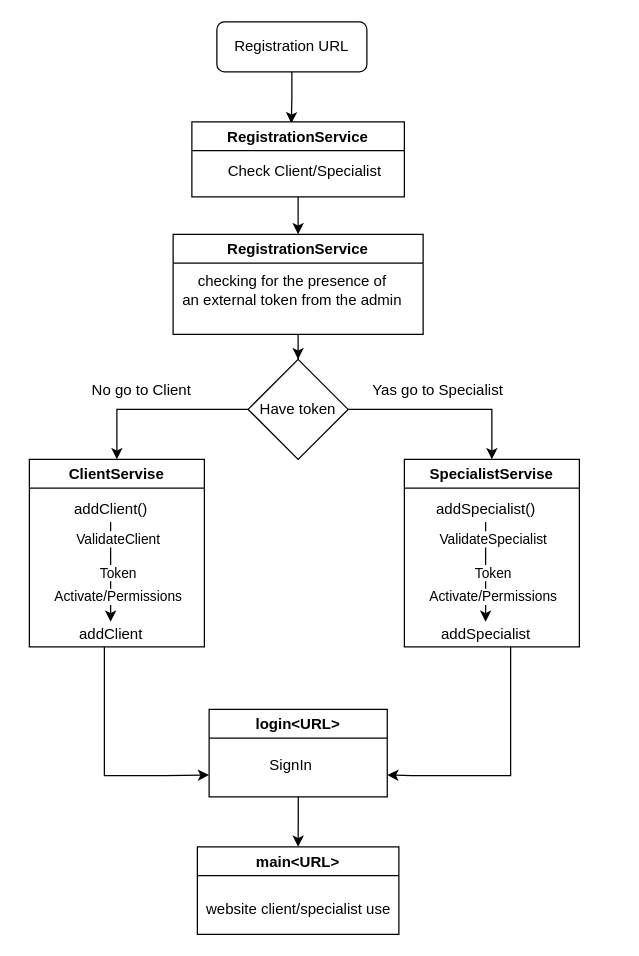
Earlier version of the draw.io diagram src/main/resources/static/images/readme/Registration.drawio (reuven9632/Nail_studio). Source tidied: cells renumbered, new cells numbered last; positions are measured from the earlier drawing's top-left corner, leaving out a move shared by most shapes. Both pictures are drawn from the tidied source at 125%, with x=0, y=0 at pixel (29, 21).
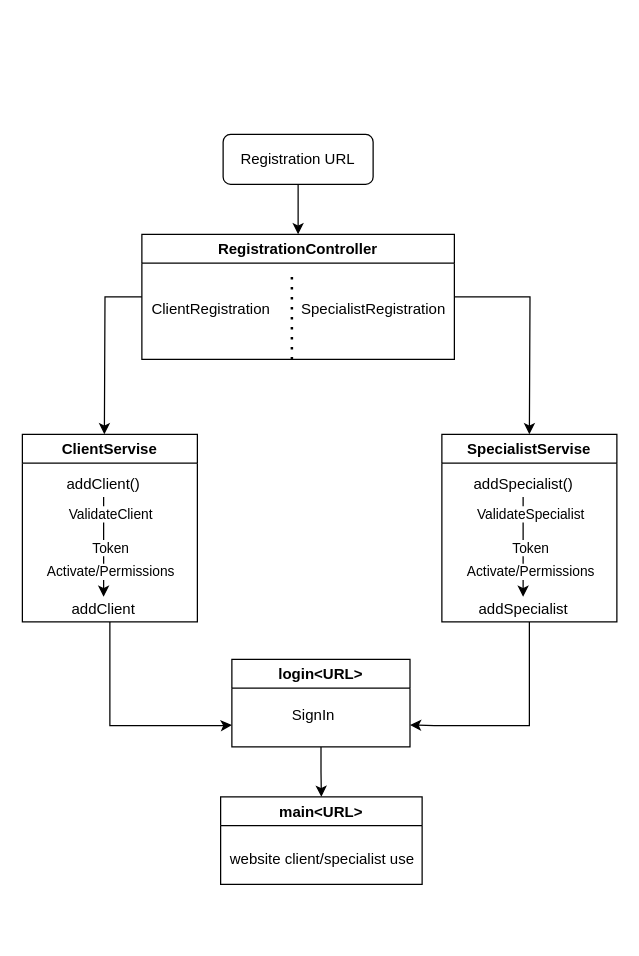
The same page after the edit.

The edit, as a diff of the source:
```diff
@@
-    <mxCell id="2" style="edgeStyle=orthogonalEdgeStyle;rounded=0;jettySize=auto;html=1;entryX=0.468;entryY=0.019;entryDx=0;entryDy=0;entryPerimeter=0;" parent="1" edge="1" source="3" target="5">
-      <mxGeometry relative="1" as="geometry" />
-    </mxCell>
+    <mxCell id="36" style="edgeStyle=orthogonalEdgeStyle;rounded=0;jettySize=auto;html=1;entryX=0.5;entryY=0;entryDx=0;entryDy=0;" parent="1" edge="1" source="3" target="39">
+      <mxGeometry relative="1" as="geometry" />
+    </mxCell>
     <mxCell id="3" value="Registration URL" style="rounded=1;whiteSpace=wrap;html=1;fontSize=12;glass=0;strokeWidth=1;shadow=0;" parent="1" vertex="1">
-      <mxGeometry x="150" width="120" height="40" as="geometry" />
+      <mxGeometry x="155" y="90" width="120" height="40" as="geometry" />
     </mxCell>
-    <mxCell id="4" style="edgeStyle=orthogonalEdgeStyle;rounded=0;jettySize=auto;html=1;exitX=0.5;exitY=1;exitDx=0;exitDy=0;entryX=0.5;entryY=0;entryDx=0;entryDy=0;" parent="1" edge="1" source="5" target="31">
-      <mxGeometry relative="1" as="geometry" />
-    </mxCell>
-    <mxCell id="5" value="RegistrationService" style="swimlane;startSize=23;" parent="1" vertex="1">
-      <mxGeometry x="130" y="80" width="170" height="60" as="geometry" />
-    </mxCell>
-    <mxCell id="6" value="Check Client/Specialist" style="text;html=1;align=center;verticalAlign=middle;strokeColor=none;fillColor=none;" parent="5" vertex="1">
-      <mxGeometry x="20" y="30" width="140" height="20" as="geometry" />
-    </mxCell>
-    <mxCell id="7" value="No go to Client" style="text;html=1;strokeColor=none;fillColor=none;align=center;verticalAlign=middle;whiteSpace=wrap;rounded=0;" parent="1" vertex="1">
-      <mxGeometry x="40" y="280" width="100" height="30" as="geometry" />
-    </mxCell>
-    <mxCell id="8" value="Yas go to Specialist" style="text;html=1;strokeColor=none;fillColor=none;align=center;verticalAlign=middle;whiteSpace=wrap;rounded=0;" parent="1" vertex="1">
-      <mxGeometry x="270" y="280" width="113.8" height="30" as="geometry" />
-    </mxCell>
-    <mxCell id="9" style="edgeStyle=orthogonalEdgeStyle;rounded=0;jettySize=auto;html=1;entryX=0;entryY=0.75;entryDx=0;entryDy=0;" parent="1" edge="1" source="10" target="18">
+    <mxCell id="9" style="edgeStyle=orthogonalEdgeStyle;rounded=0;jettySize=auto;html=1;entryX=0;entryY=0.75;entryDx=0;entryDy=0;fontFamily=Helvetica;fontSize=12;fontColor=default;" parent="1" edge="1" source="10" target="18">
       <mxGeometry relative="1" as="geometry">
         <Array as="points">
-          <mxPoint x="60" y="603" />
-          <mxPoint x="109" y="603" />
+          <mxPoint x="64" y="563" />
+          <mxPoint x="154" y="563" />
         </Array>
       </mxGeometry>
     </mxCell>
     <mxCell id="10" value="ClientServise" style="swimlane;" parent="1" vertex="1">
-      <mxGeometry y="350" width="140" height="150" as="geometry" />
+      <mxGeometry x="-5.6" y="330" width="140" height="150" as="geometry" />
     </mxCell>
@@
     <mxCell id="18" value="login&lt;URL&gt;" style="swimlane;" parent="1" vertex="1">
-      <mxGeometry x="143.8" y="550" width="142.5" height="70" as="geometry" />
+      <mxGeometry x="162" y="510" width="142.5" height="70" as="geometry" />
     </mxCell>
@@
     <mxCell id="20" value="main&lt;URL&gt;" style="swimlane;" parent="1" vertex="1">
-      <mxGeometry x="134.4" y="660" width="161.2" height="70" as="geometry" />
+      <mxGeometry x="153" y="620" width="161.2" height="70" as="geometry" />
     </mxCell>
@@
-    <mxCell id="22" style="edgeStyle=orthogonalEdgeStyle;rounded=0;jettySize=auto;html=1;entryX=1;entryY=0.75;entryDx=0;entryDy=0;" parent="1" edge="1" source="23" target="18">
+    <mxCell id="22" style="edgeStyle=orthogonalEdgeStyle;rounded=0;jettySize=auto;html=1;entryX=1;entryY=0.75;entryDx=0;entryDy=0;fontFamily=Helvetica;fontSize=12;fontColor=default;" parent="1" edge="1" source="23" target="18">
       <mxGeometry relative="1" as="geometry">
         <Array as="points">
-          <mxPoint x="385" y="603" />
-          <mxPoint x="306" y="603" />
+          <mxPoint x="400" y="563" />
+          <mxPoint x="324" y="563" />
         </Array>
       </mxGeometry>
     </mxCell>
     <mxCell id="23" value="SpecialistServise" style="swimlane;" parent="1" vertex="1">
-      <mxGeometry x="300" y="350" width="140" height="150" as="geometry" />
+      <mxGeometry x="330" y="330" width="140" height="150" as="geometry" />
     </mxCell>
@@
-    <mxCell id="30" style="edgeStyle=orthogonalEdgeStyle;rounded=0;jettySize=auto;html=1;entryX=0.5;entryY=0;entryDx=0;entryDy=0;" parent="1" edge="1" source="31" target="35">
-      <mxGeometry relative="1" as="geometry" />
-    </mxCell>
-    <mxCell id="31" value="RegistrationService" style="swimlane;" parent="1" vertex="1">
-      <mxGeometry x="115" y="170" width="200" height="80" as="geometry" />
-    </mxCell>
-    <mxCell id="32" value="checking for the presence of &lt;br&gt;an external token from the admin" style="text;html=1;align=center;verticalAlign=middle;strokeColor=none;fillColor=none;" parent="31" vertex="1">
-      <mxGeometry y="30" width="190" height="30" as="geometry" />
-    </mxCell>
-    <mxCell id="33" style="edgeStyle=orthogonalEdgeStyle;rounded=0;jettySize=auto;html=1;entryX=0.5;entryY=0;entryDx=0;entryDy=0;" parent="1" edge="1" source="35" target="10">
-      <mxGeometry relative="1" as="geometry" />
-    </mxCell>
-    <mxCell id="34" style="edgeStyle=orthogonalEdgeStyle;rounded=0;jettySize=auto;html=1;exitX=1;exitY=0.5;exitDx=0;exitDy=0;entryX=0.5;entryY=0;entryDx=0;entryDy=0;" parent="1" edge="1" source="35" target="23">
-      <mxGeometry relative="1" as="geometry" />
-    </mxCell>
-    <mxCell id="35" value="Have token" style="rhombus;whiteSpace=wrap;html=1;" parent="1" vertex="1">
-      <mxGeometry x="175" y="270" width="80" height="80" as="geometry" />
-    </mxCell>
+    <mxCell id="37" style="edgeStyle=orthogonalEdgeStyle;rounded=0;jettySize=auto;html=1;fontFamily=Helvetica;fontSize=12;fontColor=default;" parent="1" edge="1" source="39">
+      <mxGeometry relative="1" as="geometry">
+        <mxPoint x="60" y="330" as="targetPoint" />
+      </mxGeometry>
+    </mxCell>
+    <mxCell id="38" style="edgeStyle=orthogonalEdgeStyle;rounded=0;jettySize=auto;html=1;fontFamily=Helvetica;fontSize=12;fontColor=default;" parent="1" edge="1" source="39">
+      <mxGeometry relative="1" as="geometry">
+        <mxPoint x="400" y="330" as="targetPoint" />
+      </mxGeometry>
+    </mxCell>
+    <mxCell id="39" value="RegistrationController" style="swimlane;swimlaneBody=1;" parent="1" vertex="1">
+      <mxGeometry x="90" y="170" width="250" height="100" as="geometry" />
+    </mxCell>
+    <mxCell id="40" value="ClientRegistration" style="text;html=1;align=center;verticalAlign=middle;strokeColor=none;fillColor=none;rounded=0;shadow=0;sketch=0;comic=0;" parent="39" vertex="1">
+      <mxGeometry y="50" width="110" height="20" as="geometry" />
+    </mxCell>
+    <mxCell id="41" value="SpecialistRegistration" style="text;html=1;align=center;verticalAlign=middle;strokeColor=none;fillColor=none;rounded=0;strokeWidth=1;" parent="39" vertex="1">
+      <mxGeometry x="120" y="50" width="130" height="20" as="geometry" />
+    </mxCell>
+    <mxCell id="42" style="endArrow=none;dashed=1;html=1;dashPattern=1 3;strokeWidth=2;rounded=0;fontFamily=Helvetica;fontSize=12;fontColor=default;" parent="39" edge="1">
+      <mxGeometry relative="1" as="geometry">
+        <mxPoint x="120" y="100" as="sourcePoint" />
+        <mxPoint x="120" y="30" as="targetPoint" />
+      </mxGeometry>
+    </mxCell>
```
